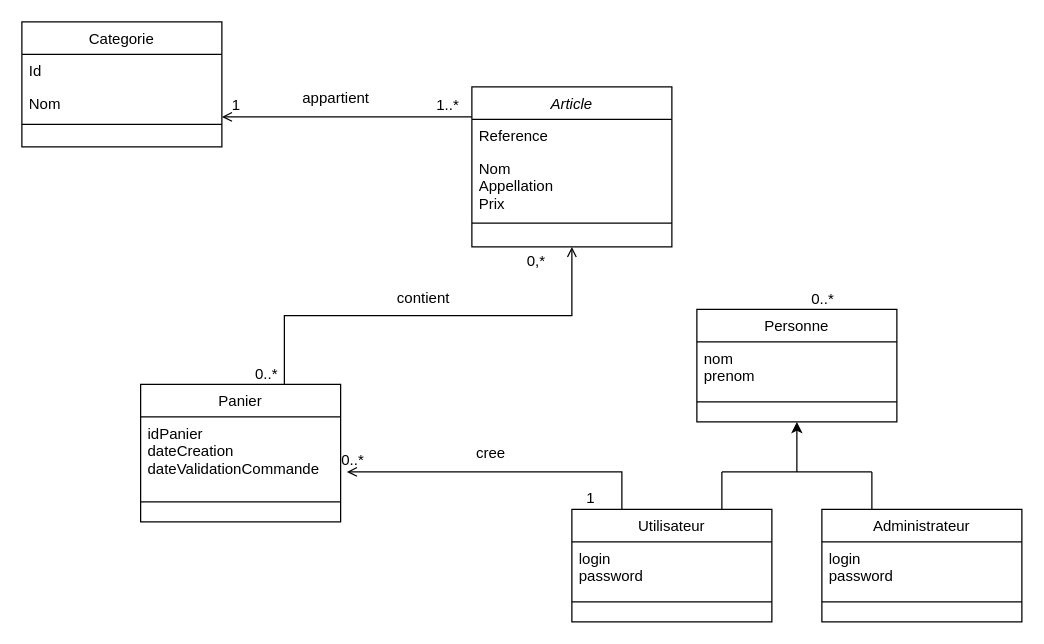
Above: docs/UML/2-diagram_classes/Diagramme_classes.drawio in severinehmfms/BoutiqueEnLigne (draw.io), before the change. Source tidied: cells renumbered, new cells numbered last; positions are measured from the earlier drawing's top-left corner, leaving out a move shared by most shapes. Both pictures are drawn from the tidied source at 125%, with x=0, y=0 at pixel (21, 21).
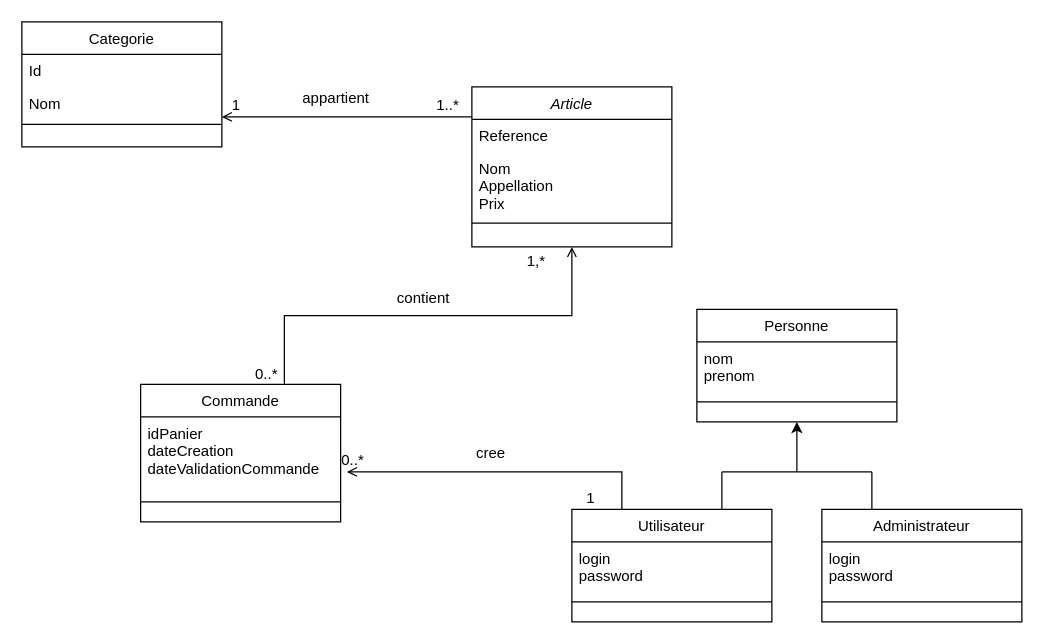
The same diagram, later.

Commit message (it also covers changes not shown here):
Mise à jour du diagramme de classe

Unchanged cells that the change refers to:
```xml
<mxCell id="17" style="endArrow=open;shadow=0;strokeWidth=1;rounded=0;curved=0;endFill=1;edgeStyle=elbowEdgeStyle;elbow=vertical;entryX=0.5;entryY=1;entryDx=0;entryDy=0;" parent="1" edge="1" target="2">
  <mxGeometry x="0.5" y="41" relative="1" as="geometry">
    <mxPoint x="210" y="290" as="sourcePoint" />
    <mxPoint x="-40" y="32" as="offset" />
  </mxGeometry>
</mxCell>
```

The edit, as a diff of the source:
```diff
@@
-    <mxCell id="6" value="Panier" style="swimlane;fontStyle=0;align=center;verticalAlign=top;horizontal=1;startSize=26;rounded=0;shadow=0;strokeWidth=1;" parent="1" vertex="1">
+    <mxCell id="6" value="Commande" style="swimlane;fontStyle=0;align=center;verticalAlign=top;horizontal=1;startSize=26;rounded=0;shadow=0;strokeWidth=1;" parent="1" vertex="1">
       <mxGeometry x="95" y="290" width="160" height="110" as="geometry" />
     </mxCell>
@@
-    <mxCell id="19" value="0,*" style="align=right;verticalAlign=bottom;labelBackgroundColor=none;fontSize=12;" parent="17" vertex="1">
+    <mxCell id="19" value="1,*" style="align=right;verticalAlign=bottom;labelBackgroundColor=none;fontSize=12;" parent="17" vertex="1">
       <mxGeometry x="1" relative="1" as="geometry">
         <mxPoint x="-20" y="20" as="offset" />
       </mxGeometry>
     </mxCell>
@@
-    <mxCell id="30" value="0..*" style="align=left;verticalAlign=bottom;labelBackgroundColor=none;fontSize=12;" parent="1" vertex="1">
-      <mxGeometry x="630" y="230" as="geometry" />
-    </mxCell>
```
